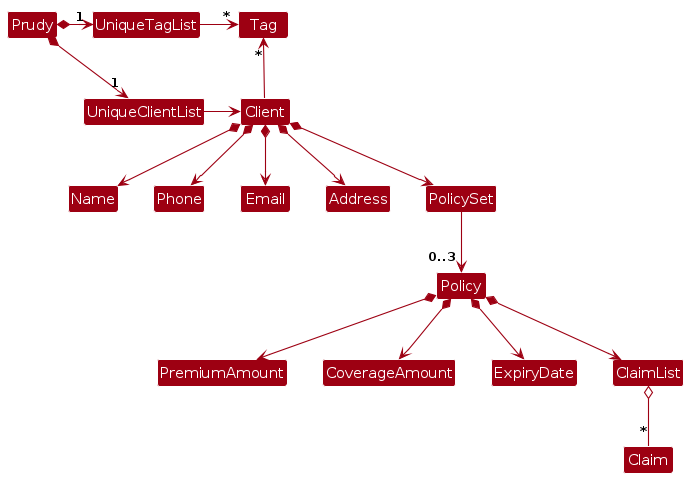
This is diagrams/BetterModelClassDiagram.png from AY2425S1-CS2103T-T14-1/tp, a PlantUML export, as it was before one commit. Its source is kept beside it as diagrams/BetterModelClassDiagram.puml.
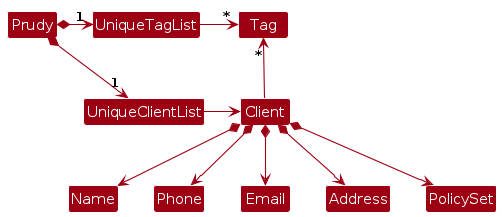
After the change.

Change to the diagram source:
```diff
@@ -20,12 +20,4 @@
 Client *--> Address
 Client *--> PolicySet
 
-PolicySet --> "0..3" Policy
-
-Policy *--> PremiumAmount
-Policy *--> CoverageAmount
-Policy *--> ExpiryDate
-Policy *--> ClaimList
-
-ClaimList o-- "*" Claim
 @enduml
```
